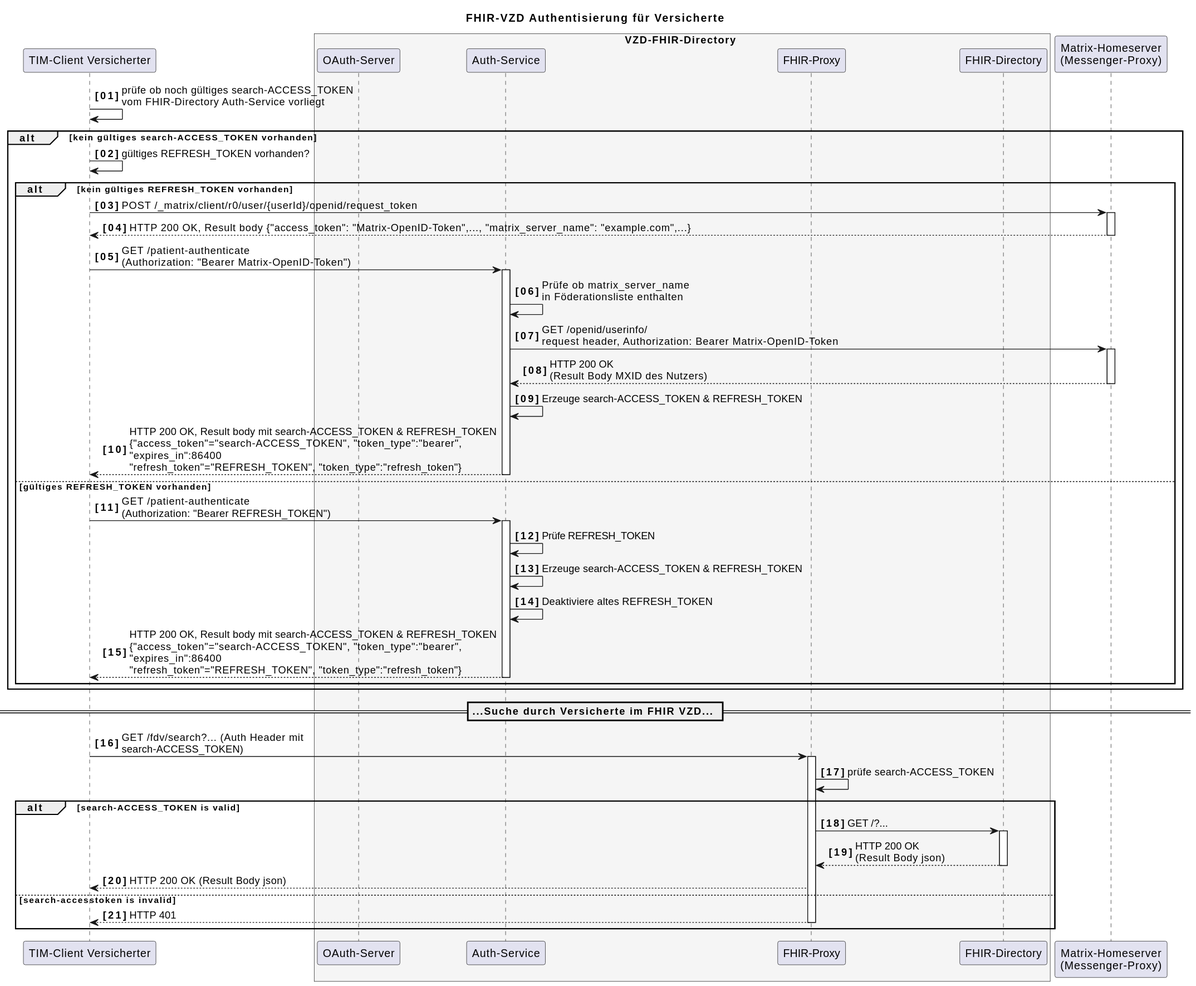
gematik/api-vzd keeps this PlantUML diagram as images/diagrams/SequenceDiagram.FHIR-Directory.fdv.search.tim.svg. Above is the earlier version.
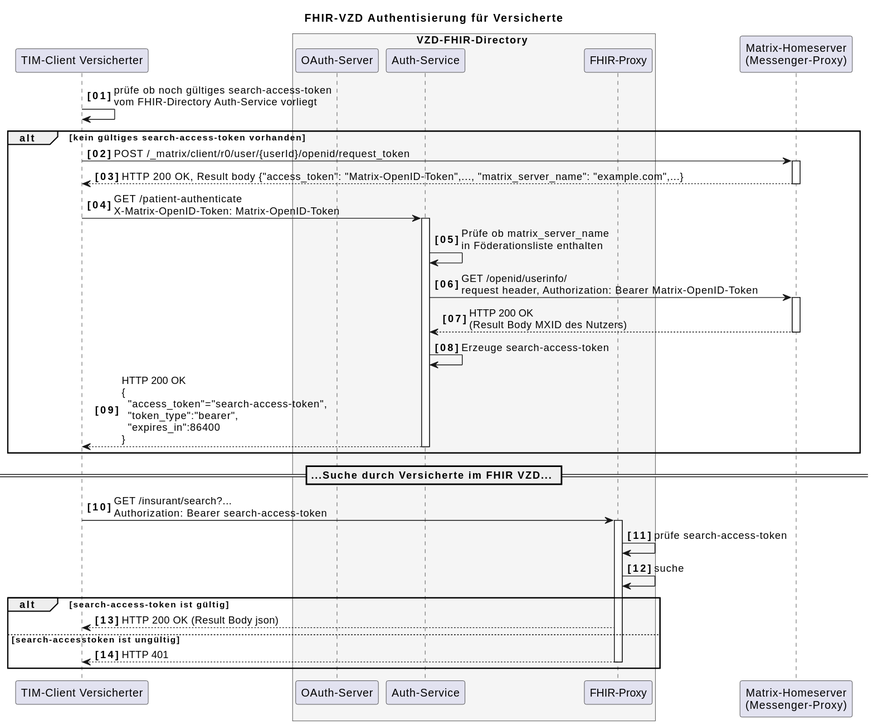
After the change.

Diff of the diagram source:
```diff
@@ -8,57 +8,42 @@
     participant "OAuth-Server" as VzdOAuth
     participant "Auth-Service" as VzdAuth
     participant fp as "FHIR-Proxy"
-    participant fd as "FHIR-Directory"
 end box
 
 participant hs as "Matrix-Homeserver\n(Messenger-Proxy)"
 
-VClient-> VClient: prüfe ob noch gültiges search-ACCESS_TOKEN\nvom FHIR-Directory Auth-Service vorliegt
+VClient-> VClient: prüfe ob noch gültiges search-access-token\nvom FHIR-Directory Auth-Service vorliegt
 
-alt kein gültiges search-ACCESS_TOKEN vorhanden
-VClient->VClient: gültiges REFRESH_TOKEN vorhanden?
-alt kein gültiges REFRESH_TOKEN vorhanden
+alt kein gültiges search-access-token vorhanden
    VClient-> hs: POST /_matrix/client/r0/user/{userId}/openid/request_token
    activate hs
    hs --> VClient: HTTP 200 OK, Result body {"access_token": "Matrix-OpenID-Token",..., "matrix_server_name": "example.com",...}
    deactivate hs
 
-   VClient->VzdAuth++: GET /patient-authenticate \n(Authorization: "Bearer Matrix-OpenID-Token")
+   VClient->VzdAuth++: GET /patient-authenticate \nX-Matrix-OpenID-Token: Matrix-OpenID-Token
 
    VzdAuth-> VzdAuth: Prüfe ob matrix_server_name\nin Föderationsliste enthalten
    VzdAuth-> hs: GET /openid/userinfo/\nrequest header, Authorization: Bearer Matrix-OpenID-Token
    activate hs
    hs --> VzdAuth: HTTP 200 OK\n(Result Body MXID des Nutzers)
    deactivate hs
-   VzdAuth->VzdAuth: Erzeuge search-ACCESS_TOKEN & REFRESH_TOKEN
-   VzdAuth--> VClient: HTTP 200 OK, Result body mit search-ACCESS_TOKEN & REFRESH_TOKEN\n{"access_token"="search-ACCESS_TOKEN", "token_type":"bearer",\n"expires_in":86400\n"refresh_token"="REFRESH_TOKEN", "token_type":"refresh_token"}
+   VzdAuth->VzdAuth: Erzeuge search-access-token
+   VzdAuth--> VClient: HTTP 200 OK\n{\n  "access_token"="search-access-token",\n  "token_type":"bearer",\n  "expires_in":86400\n}
    deactivate VzdAuth
 
- else gültiges REFRESH_TOKEN vorhanden
-   VClient->VzdAuth++: GET /patient-authenticate \n(Authorization: "Bearer REFRESH_TOKEN")
-   VzdAuth->VzdAuth: Prüfe REFRESH_TOKEN
-   VzdAuth->VzdAuth: Erzeuge search-ACCESS_TOKEN & REFRESH_TOKEN
-   VzdAuth->VzdAuth: Deaktiviere altes REFRESH_TOKEN
-   VzdAuth--> VClient: HTTP 200 OK, Result body mit search-ACCESS_TOKEN & REFRESH_TOKEN\n{"access_token"="search-ACCESS_TOKEN", "token_type":"bearer",\n"expires_in":86400\n"refresh_token"="REFRESH_TOKEN", "token_type":"refresh_token"}
-   deactivate VzdAuth
-
-end
 
 end
 
 == ...Suche durch Versicherte im FHIR VZD... ==
 
-VClient -> fp: GET /fdv/search?... (Auth Header mit\nsearch-ACCESS_TOKEN)
+VClient -> fp: GET /insurant/search?...\nAuthorization: Bearer search-access-token
 activate fp
-fp -> fp: prüfe search-ACCESS_TOKEN
+fp -> fp: prüfe search-access-token
+fp -> fp: suche
 
-alt search-ACCESS_TOKEN is valid
-   fp -> fd: GET /?...
-   activate fd
-   fd --> fp: HTTP 200 OK\n(Result Body json)
-   deactivate fd
+alt search-access-token ist gültig
    fp --> VClient : HTTP 200 OK (Result Body json)
- else search-accesstoken is invalid
+ else search-accesstoken ist ungültig
    fp --> VClient : HTTP 401
    deactivate fp
 end
```
